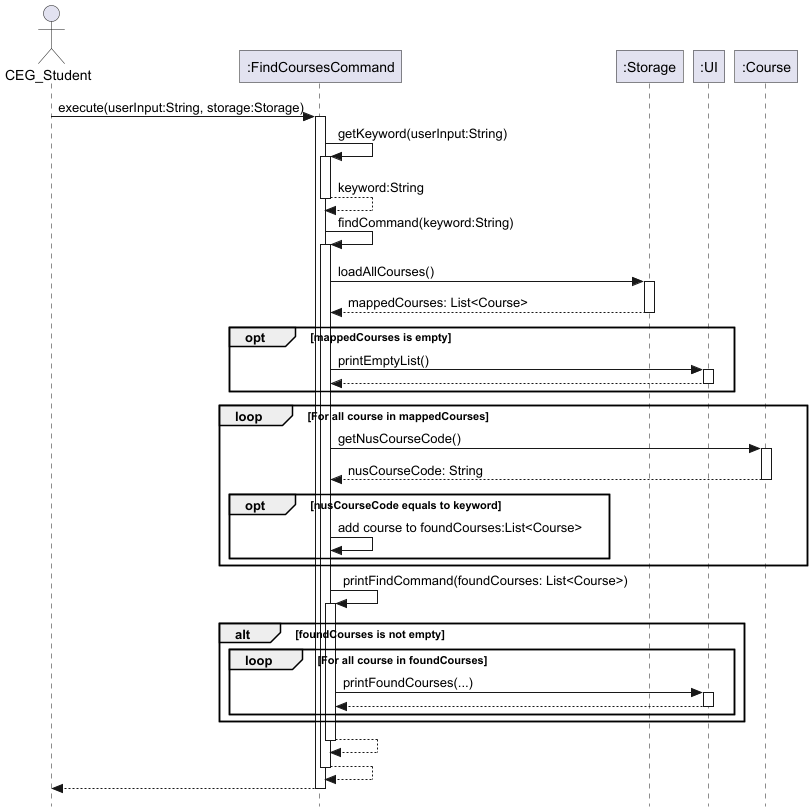
Above: docs/images/FindCoursesCommand.png in nus-cs2113-AY2425S1/tp (PlantUML), before the change.
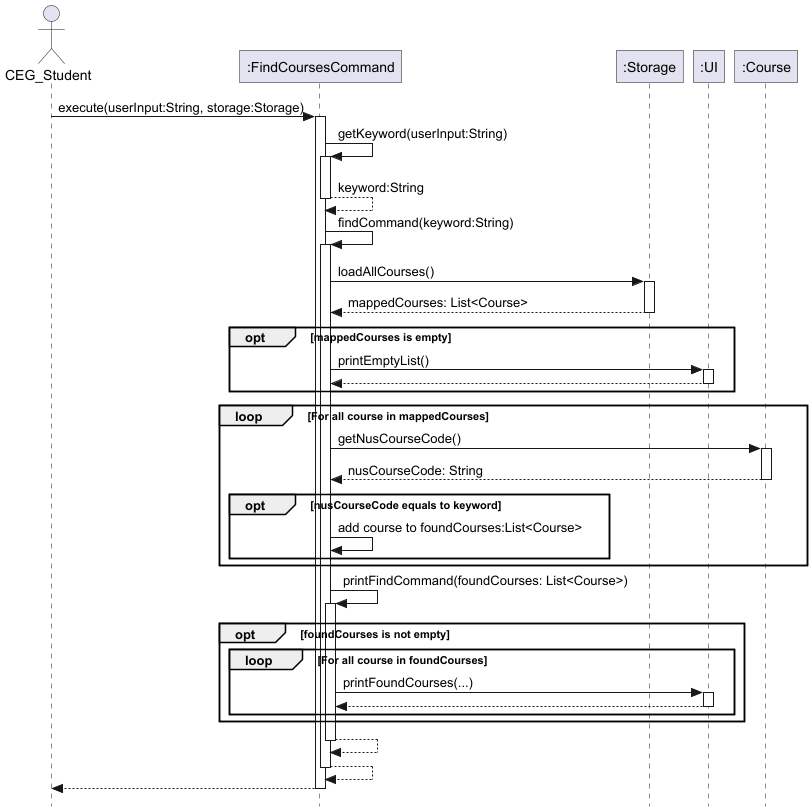
After the commit.

Diff of the diagram source:
```diff
@@ -45,7 +45,7 @@
 FindCoursesCommand -> FindCoursesCommand: printFindCommand(foundCourses: List<Course>)
 activate FindCoursesCommand
 
-alt foundCourses is not empty
+opt foundCourses is not empty
     loop For all course in foundCourses
         FindCoursesCommand -> UI: printFoundCourses(...)
         activate UI
```
